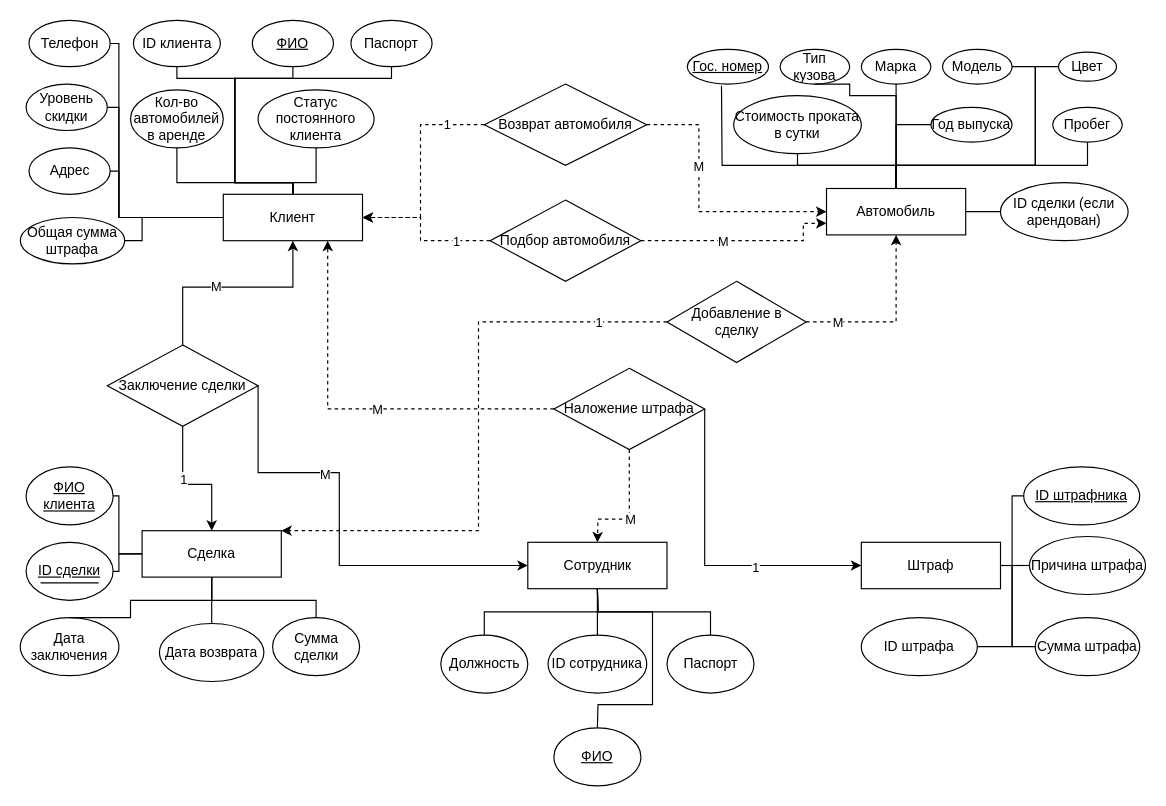
Above: car_rent_diagram.drawio in Normantjer/bd_project (draw.io), before the change. Source tidied: cells renumbered, new cells numbered last; positions are measured from the earlier drawing's top-left corner, leaving out a move shared by most shapes. Both pictures are drawn from the tidied source at 116%, with x=0, y=0 at pixel (20, 20).
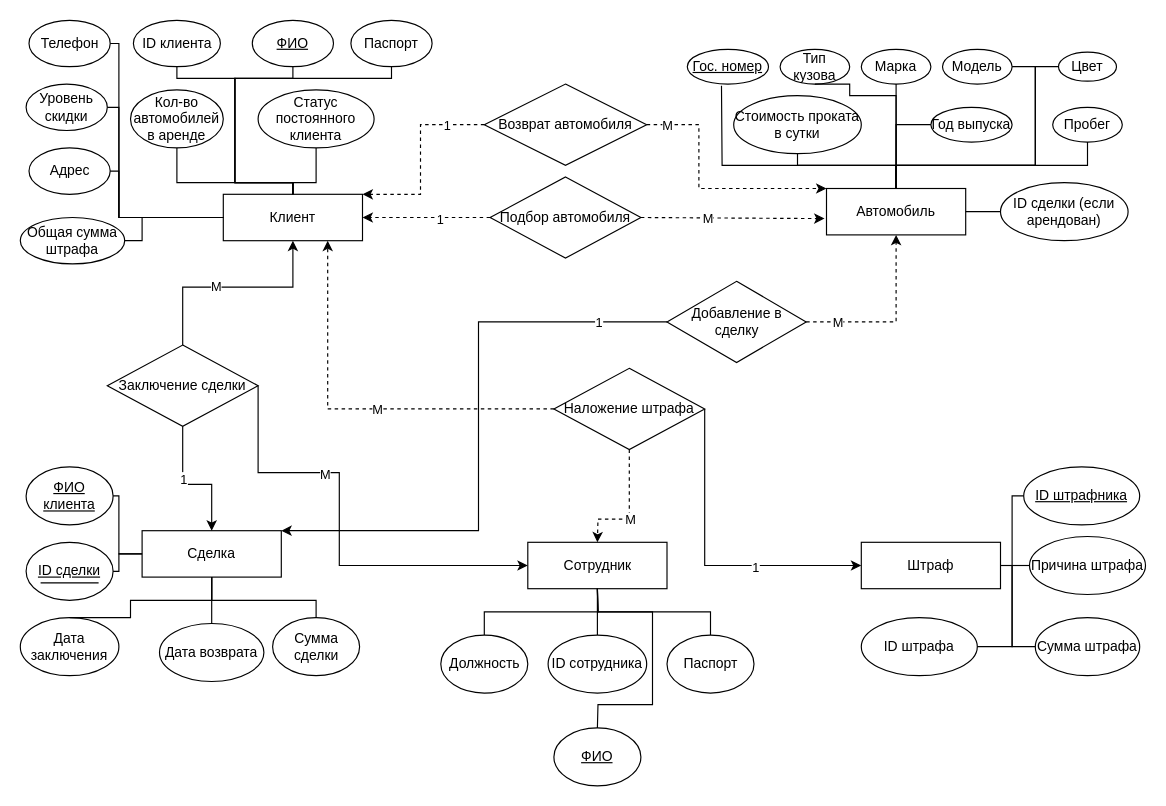
The same diagram, later.

Commit message:
Update car_rent_diagram

Unchanged cells that the change refers to:
```xml
<mxCell id="2" value="Клиент" style="rounded=0;whiteSpace=wrap;html=1;" parent="1" vertex="1">
  <mxGeometry x="175" y="150" width="120" height="40" as="geometry" />
</mxCell>
<mxCell id="3" value="Сделка" style="rounded=0;whiteSpace=wrap;html=1;" parent="1" vertex="1">
  <mxGeometry x="105" y="440" width="120" height="40" as="geometry" />
</mxCell>
<mxCell id="6" value="Автомобиль" style="rounded=0;whiteSpace=wrap;html=1;" parent="1" vertex="1">
  <mxGeometry x="695" y="145" width="120" height="40" as="geometry" />
</mxCell>
<mxCell id="54" value="Добавление в сделку" style="rhombus;whiteSpace=wrap;html=1;" parent="1" vertex="1">
  <mxGeometry x="557.5" y="225" width="120" height="70" as="geometry" />
</mxCell>
<mxCell id="57" value="Возврат автомобиля" style="rhombus;whiteSpace=wrap;html=1;" parent="1" vertex="1">
  <mxGeometry x="400" y="55" width="140" height="70" as="geometry" />
</mxCell>
```

The edit, as a diff of the source:
```diff
@@
-    <mxCell id="4" style="rounded=0;jettySize=auto;html=1;dashed=1;exitX=1;exitY=0.5;exitDx=0;exitDy=0;entryX=0;entryY=0.75;entryDx=0;entryDy=0;" parent="1" edge="1" source="56" target="6">
-      <mxGeometry relative="1" as="geometry">
-        <Array as="points">
-          <mxPoint x="585" y="190" />
-          <mxPoint x="675" y="190" />
-          <mxPoint x="675" y="175" />
-        </Array>
-      </mxGeometry>
+    <mxCell id="4" style="rounded=0;jettySize=auto;html=1;dashed=1;exitX=1;exitY=0.5;exitDx=0;exitDy=0;entryX=-0.014;entryY=0.649;entryDx=0;entryDy=0;entryPerimeter=0;" parent="1" edge="1" source="56" target="6">
+      <mxGeometry relative="1" as="geometry" />
     </mxCell>
@@
     <mxCell id="56" value="Подбор автомобиля" style="rhombus;whiteSpace=wrap;html=1;" parent="1" vertex="1">
-      <mxGeometry x="405" y="155" width="130" height="70" as="geometry" />
+      <mxGeometry x="405" y="135" width="130" height="70" as="geometry" />
     </mxCell>
@@
-    <mxCell id="89" style="endArrow=classic;html=1;rounded=0;exitX=0;exitY=0.5;exitDx=0;exitDy=0;entryX=1;entryY=0.5;entryDx=0;entryDy=0;dashed=1;" parent="1" edge="1" source="57" target="2">
+    <mxCell id="89" style="endArrow=classic;html=1;rounded=0;exitX=0;exitY=0.5;exitDx=0;exitDy=0;entryX=1;entryY=0;entryDx=0;entryDy=0;dashed=1;" parent="1" edge="1" source="57" target="2">
       <mxGeometry relative="1" as="geometry">
         <Array as="points">
           <mxPoint x="345" y="90" />
-          <mxPoint x="345" y="170" />
+          <mxPoint x="345" y="150" />
         </Array>
       </mxGeometry>
     </mxCell>
     <mxCell id="90" value="1" style="edgeLabel;html=1;align=center;verticalAlign=middle;" parent="89" vertex="1">
       <mxGeometry x="0.16" y="2" relative="1" as="geometry">
-        <mxPoint x="20" y="-53" as="offset" />
+        <mxPoint x="20" y="-41" as="offset" />
       </mxGeometry>
     </mxCell>
-    <mxCell id="91" style="endArrow=classic;html=1;rounded=0;exitX=1;exitY=0.5;exitDx=0;exitDy=0;entryX=0;entryY=0.5;entryDx=0;entryDy=0;dashed=1;" parent="1" edge="1" source="57" target="6">
+    <mxCell id="91" style="endArrow=classic;html=1;rounded=0;exitX=1;exitY=0.5;exitDx=0;exitDy=0;entryX=0;entryY=0;entryDx=0;entryDy=0;dashed=1;" parent="1" edge="1" source="57" target="6">
       <mxGeometry relative="1" as="geometry">
         <Array as="points">
           <mxPoint x="585" y="90" />
-          <mxPoint x="585" y="165" />
+          <mxPoint x="585" y="145" />
         </Array>
       </mxGeometry>
     </mxCell>
     <mxCell id="92" value="M" style="edgeLabel;html=1;align=center;verticalAlign=middle;" parent="91" vertex="1">
       <mxGeometry x="0.4" y="-2" relative="1" as="geometry">
-        <mxPoint x="-42" y="-42" as="offset" />
+        <mxPoint x="-75" y="-57" as="offset" />
       </mxGeometry>
     </mxCell>
     <mxCell id="93" style="endArrow=classic;html=1;rounded=0;entryX=0;entryY=0.5;entryDx=0;entryDy=0;dashed=1;exitX=0;exitY=0.5;exitDx=0;exitDy=0;" parent="1" edge="1" source="56">
       <mxGeometry relative="1" as="geometry">
         <mxPoint x="295" y="170" as="targetPoint" />
         <Array as="points">
-          <mxPoint x="345" y="190" />
           <mxPoint x="345" y="170" />
         </Array>
       </mxGeometry>
     </mxCell>
     <mxCell id="94" value="1" style="edgeLabel;html=1;align=center;verticalAlign=middle;" parent="93" vertex="1">
-      <mxGeometry x="0.42" y="-1" relative="1" as="geometry">
-        <mxPoint x="42" y="21" as="offset" />
-      </mxGeometry>
+      <mxGeometry x="-0.2" y="1" relative="1" as="geometry" />
     </mxCell>
@@
-    <mxCell id="97" style="endArrow=classic;html=1;rounded=0;exitX=0;exitY=0.5;exitDx=0;exitDy=0;entryX=1;entryY=0;entryDx=0;entryDy=0;dashed=1;" parent="1" edge="1" source="54" target="3">
+    <mxCell id="97" style="endArrow=classic;html=1;rounded=0;exitX=0;exitY=0.5;exitDx=0;exitDy=0;entryX=1;entryY=0;entryDx=0;entryDy=0;" parent="1" edge="1" source="54" target="3">
       <mxGeometry relative="1" as="geometry">
         <Array as="points">
           <mxPoint x="395" y="260" />
           <mxPoint x="395" y="440" />
         </Array>
       </mxGeometry>
     </mxCell>
```
